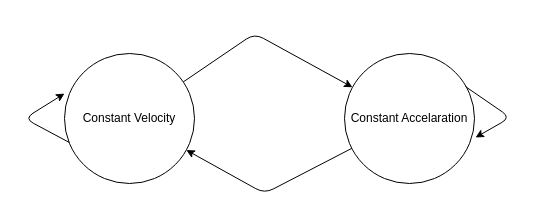
Before: page "Page-5" (5 of 5) of Untitled Diagram.drawio in burakbasaraann/drawing, a draw.io diagram. Source tidied: cells renumbered, new cells numbered last; positions are measured from the earlier drawing's top-left corner, leaving out a move shared by most shapes. Both pictures are drawn from the tidied source at 100%, with x=0, y=0 at pixel (24, 33).
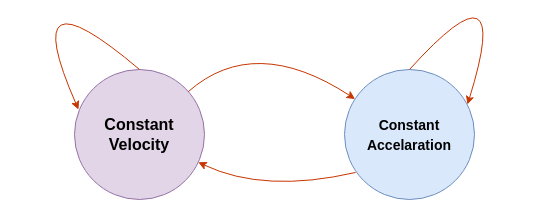
The same diagram, later.

Change to the diagram source:
```diff
@@
 <mxGraphModel>
   <root>
     <mxCell id="0" />
     <mxCell id="1" parent="0" />
-    <mxCell id="2" value="Constant Velocity" style="ellipse;whiteSpace=wrap;html=1;" parent="1" vertex="1">
-      <mxGeometry x="40" y="20" width="130" height="130" as="geometry" />
+    <mxCell id="2" value="&lt;font style=&quot;font-size: 16px&quot;&gt;Constant&lt;br&gt;Velocity&lt;/font&gt;" style="ellipse;whiteSpace=wrap;html=1;fontStyle=1;fillColor=#e1d5e7;strokeColor=#9673a6;" parent="1" vertex="1">
+      <mxGeometry x="50" y="36" width="130" height="130" as="geometry" />
     </mxCell>
-    <mxCell id="3" value="Constant Accelaration" style="ellipse;whiteSpace=wrap;html=1;" parent="1" vertex="1">
-      <mxGeometry x="320" y="20" width="130" height="130" as="geometry" />
+    <mxCell id="3" value="&lt;font style=&quot;font-size: 14px&quot;&gt;Constant&lt;br&gt;Accelaration&lt;/font&gt;" style="ellipse;whiteSpace=wrap;html=1;fontStyle=1;fontSize=16;fillColor=#dae8fc;strokeColor=#6c8ebf;" parent="1" vertex="1">
+      <mxGeometry x="320" y="36" width="130" height="130" as="geometry" />
     </mxCell>
-    <mxCell id="4" style="endArrow=classic;html=1;" parent="1" edge="1" source="2" target="3">
+    <mxCell id="4" style="endArrow=classic;html=1;curved=1;fillColor=#fa6800;strokeColor=#C73500;" parent="1" edge="1" source="2" target="3">
       <mxGeometry relative="1" as="geometry">
         <Array as="points">
           <mxPoint x="230" />
         </Array>
       </mxGeometry>
     </mxCell>
-    <mxCell id="5" style="endArrow=classic;html=1;" parent="1" edge="1" source="3" target="2">
+    <mxCell id="5" style="endArrow=classic;html=1;curved=1;exitX=0.085;exitY=0.792;exitDx=0;exitDy=0;exitPerimeter=0;fillColor=#fa6800;strokeColor=#C73500;" parent="1" edge="1" source="3" target="2">
       <mxGeometry relative="1" as="geometry">
         <Array as="points">
           <mxPoint x="240" y="160" />
         </Array>
       </mxGeometry>
     </mxCell>
+    <mxCell id="7" style="endArrow=classic;html=1;entryX=0.946;entryY=0.269;entryDx=0;entryDy=0;entryPerimeter=0;exitX=0.5;exitY=0;exitDx=0;exitDy=0;curved=1;fillColor=#fa6800;strokeColor=#C73500;" parent="1" edge="1" source="3" target="3">
+      <mxGeometry relative="1" as="geometry">
+        <Array as="points">
+          <mxPoint x="490" y="-80" />
+        </Array>
+      </mxGeometry>
+    </mxCell>
-    <mxCell id="6" style="endArrow=classic;html=1;exitX=0.038;exitY=0.685;exitDx=0;exitDy=0;exitPerimeter=0;entryX=0;entryY=0.308;entryDx=0;entryDy=0;entryPerimeter=0;" parent="1" edge="1" source="2" target="2">
+    <mxCell id="6" style="endArrow=classic;html=1;entryX=0.031;entryY=0.308;entryDx=0;entryDy=0;exitX=0.5;exitY=0;exitDx=0;exitDy=0;curved=1;entryPerimeter=0;fillColor=#fa6800;strokeColor=#C73500;" parent="1" edge="1" source="2" target="2">
       <mxGeometry relative="1" as="geometry">
         <Array as="points">
-          <mxPoint y="85" />
+          <mxPoint x="-10" y="-70" />
         </Array>
       </mxGeometry>
     </mxCell>
-    <mxCell id="7" style="endArrow=classic;html=1;entryX=1;entryY=0.654;entryDx=0;entryDy=0;entryPerimeter=0;exitX=0.923;exitY=0.262;exitDx=0;exitDy=0;exitPerimeter=0;" parent="1" edge="1">
-      <mxGeometry relative="1" as="geometry">
-        <mxPoint x="441" y="53.1" as="sourcePoint" />
-        <mxPoint x="451" y="104" as="targetPoint" />
-        <Array as="points">
-          <mxPoint x="486" y="84" />
-        </Array>
-      </mxGeometry>
-    </mxCell>
   </root>
 </mxGraphModel>
```
